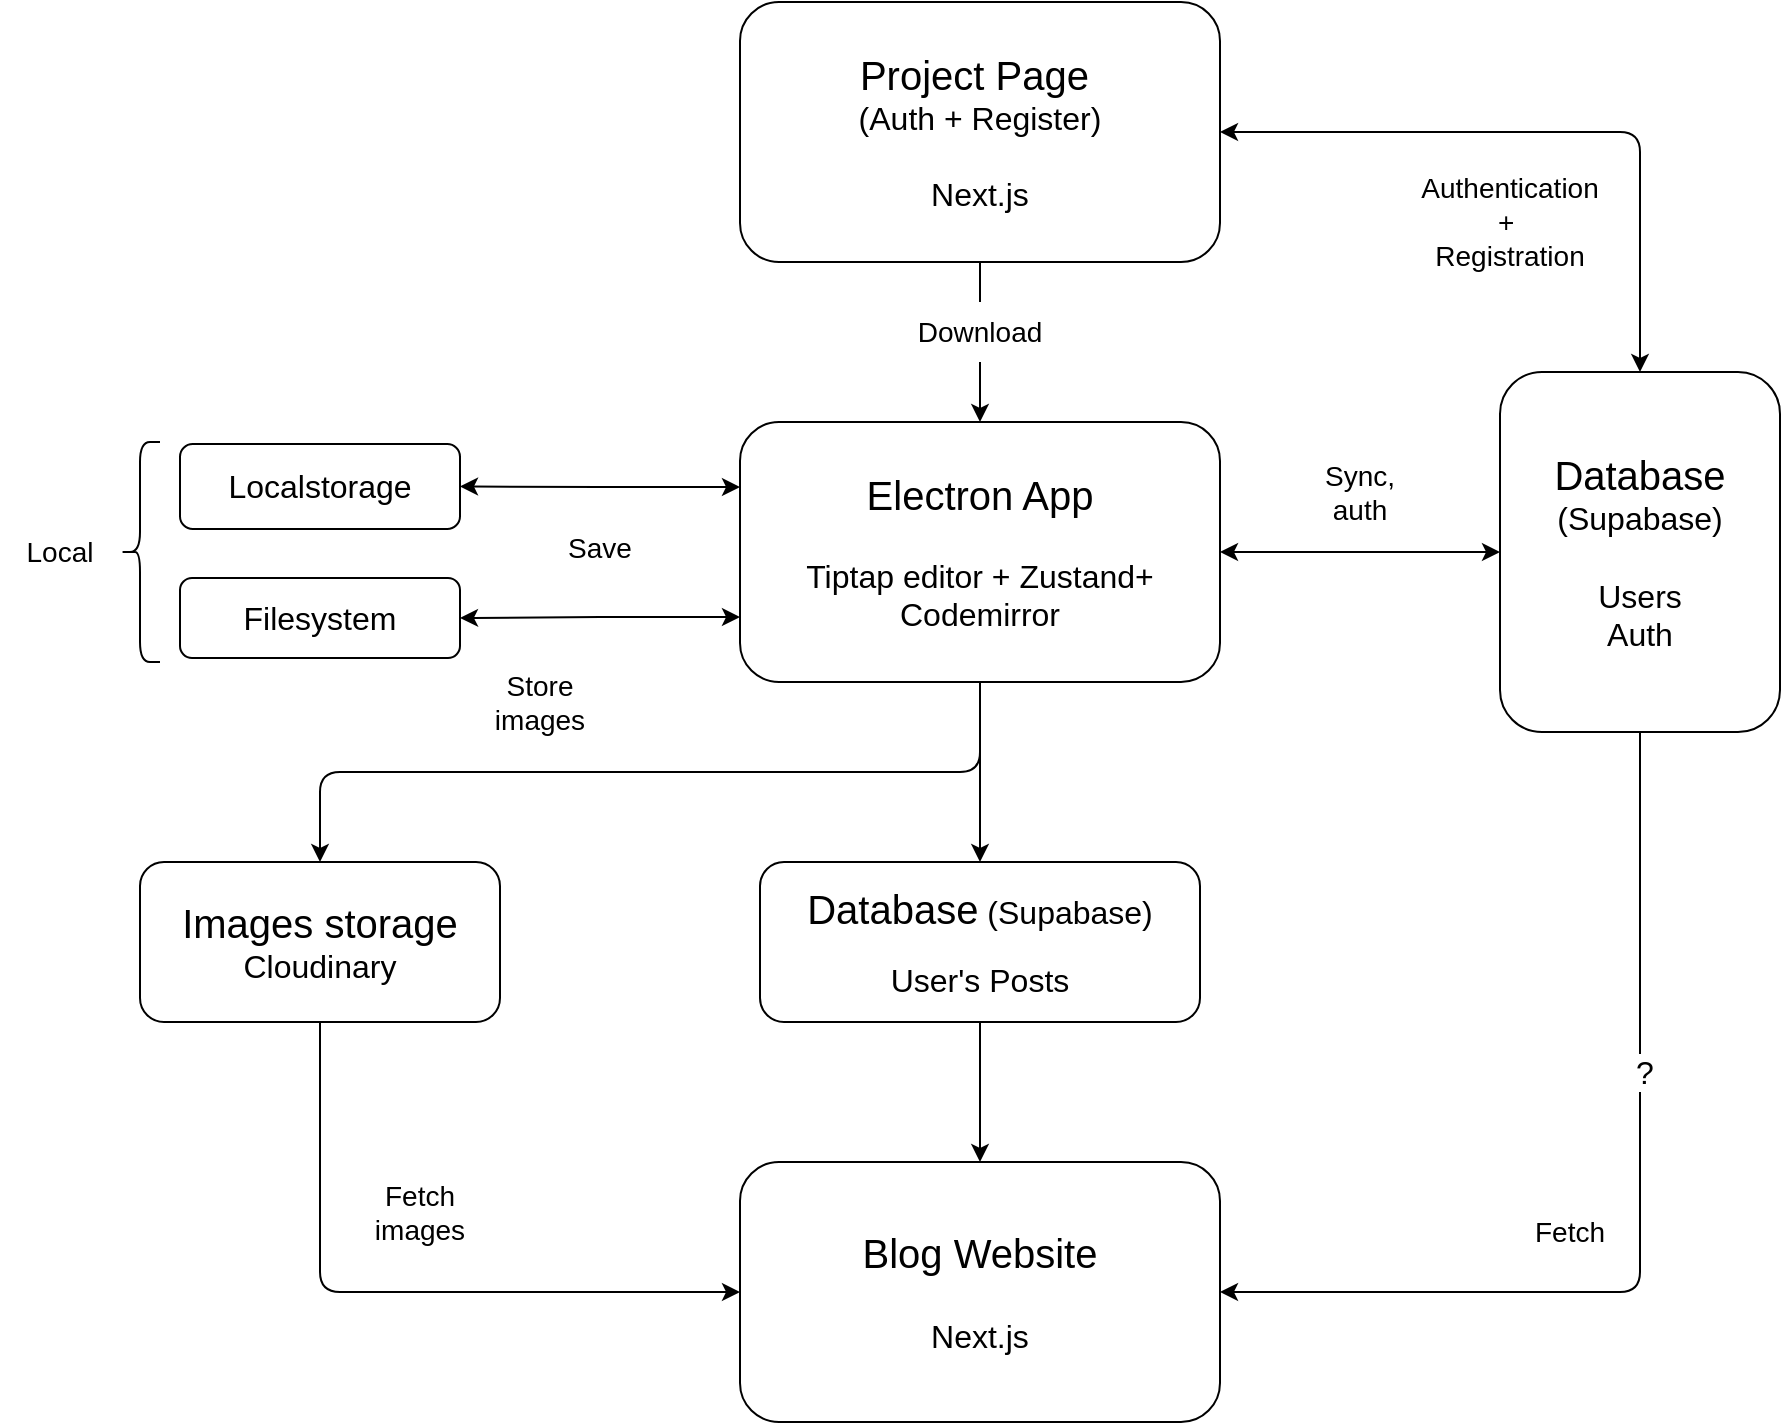
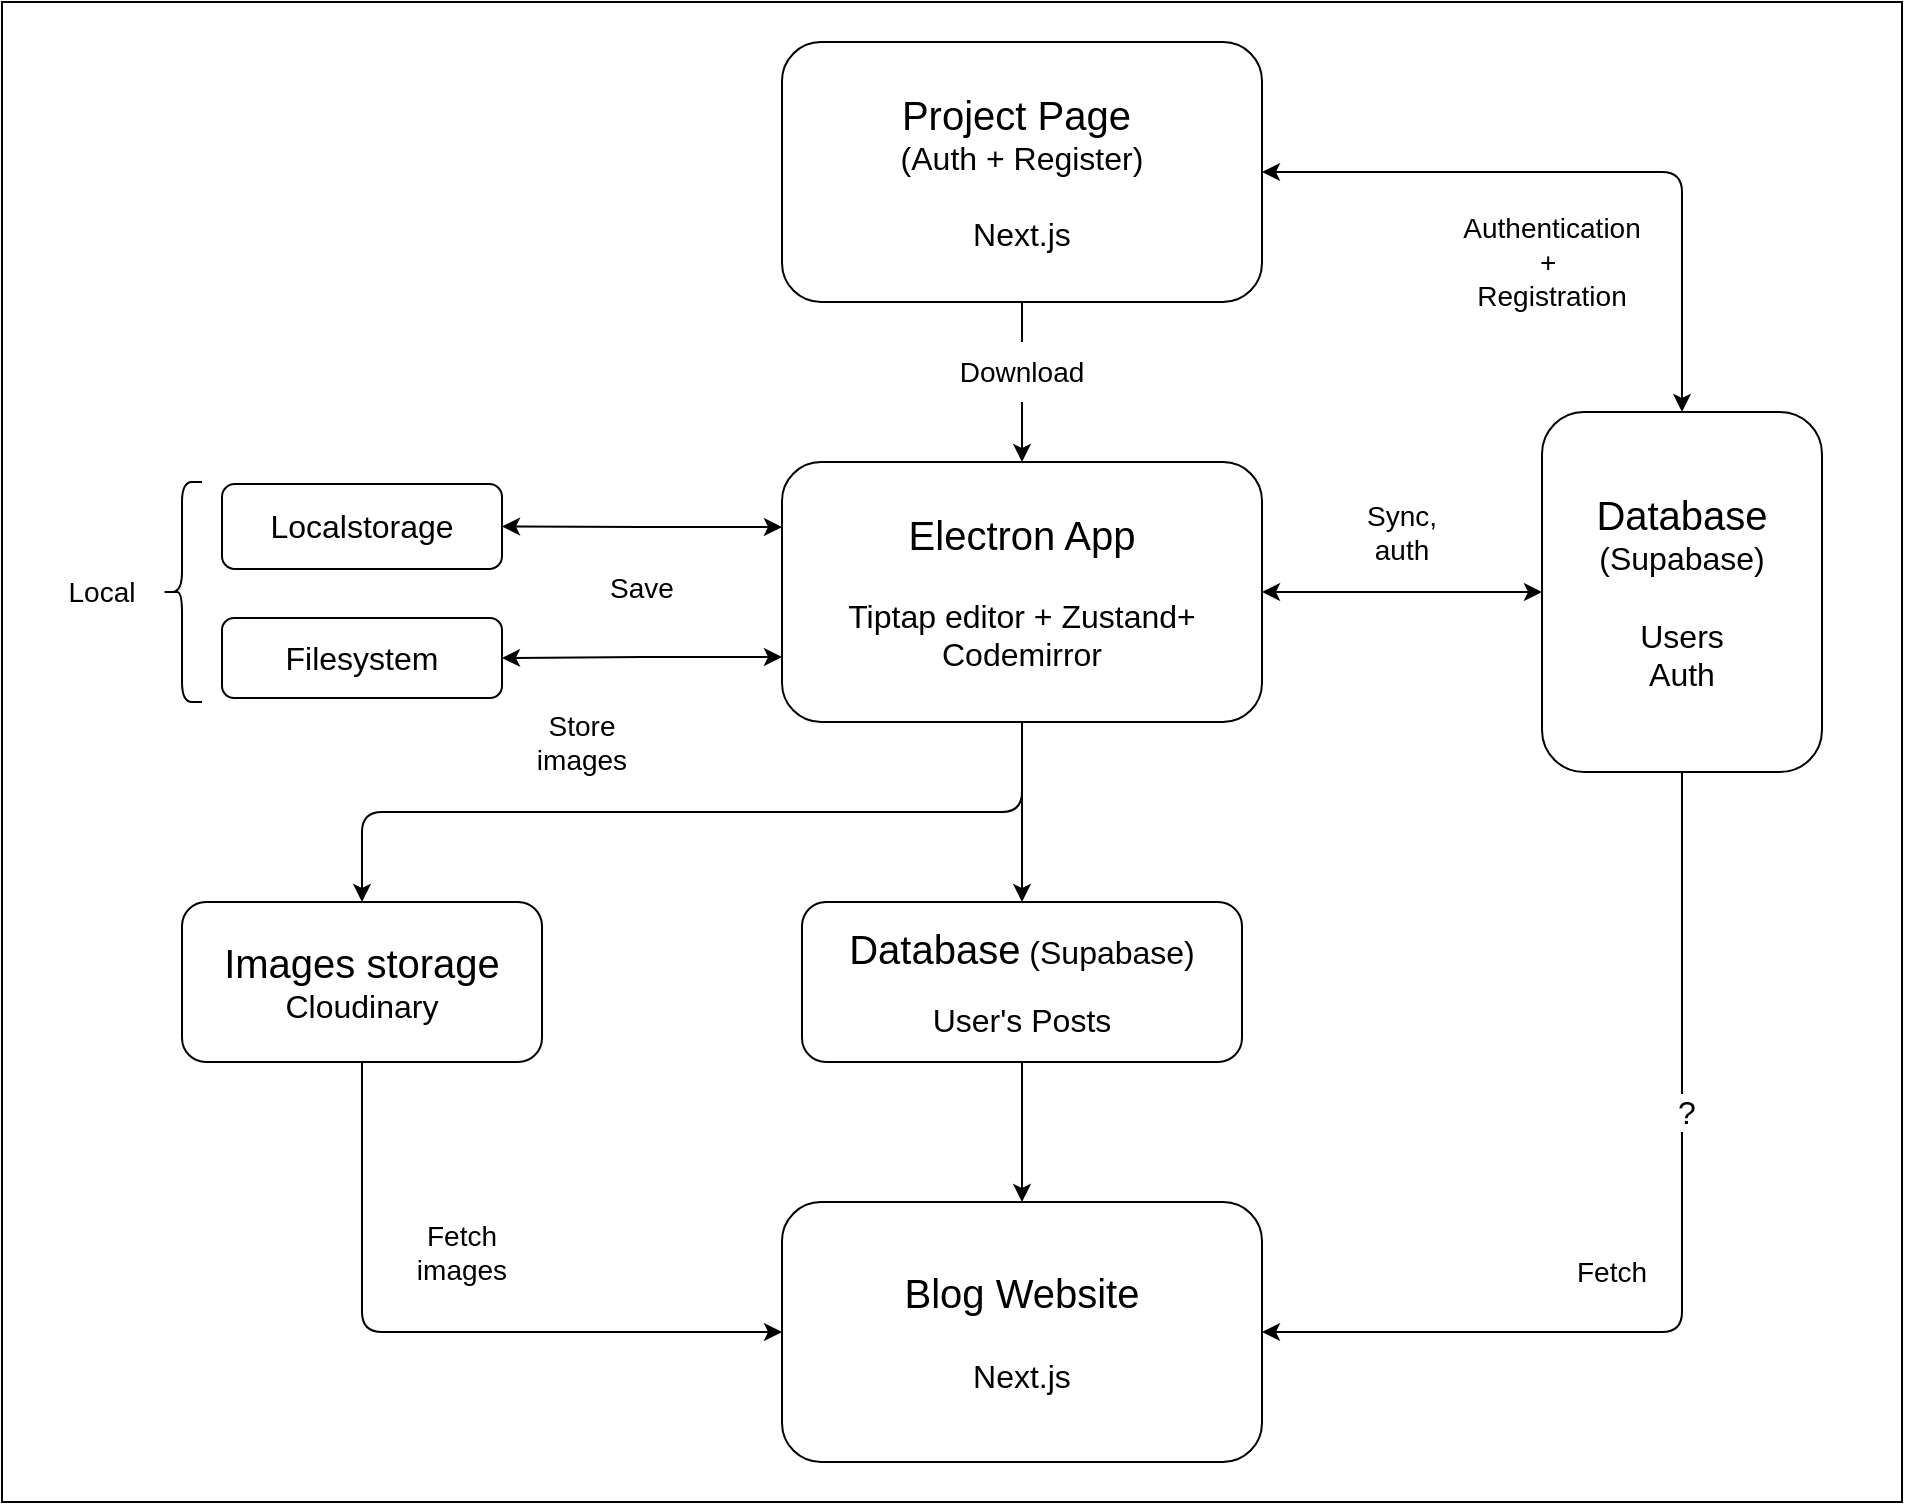
- <mxfile host="app.diagrams.net">
-   <diagram name="Página-1" id="Ov4H8QZxHRL6zFBvUA3Z">
-     <mxGraphModel dx="1074" dy="598" grid="1" gridSize="10" guides="1" tooltips="1" connect="1" arrows="1" fold="1" page="1" pageScale="1" pageWidth="2339" pageHeight="3300" math="0" shadow="0">
-       <root>
-         <mxCell id="0" />
-         <mxCell id="1" parent="0" />
-         <mxCell id="NtwE37go12smj8WTYjW8-29" edge="1" parent="1" source="KEHBypfiPnHfp0EBQFIf-1" style="edgeStyle=orthogonalEdgeStyle;rounded=1;orthogonalLoop=1;jettySize=auto;html=1;exitX=0.5;exitY=1;exitDx=0;exitDy=0;entryX=0.5;entryY=0;entryDx=0;entryDy=0;curved=0;" target="NtwE37go12smj8WTYjW8-28">
-           <mxGeometry relative="1" as="geometry" />
-         </mxCell>
-         <mxCell id="NtwE37go12smj8WTYjW8-33" edge="1" parent="1" source="KEHBypfiPnHfp0EBQFIf-1" style="edgeStyle=orthogonalEdgeStyle;rounded=0;orthogonalLoop=1;jettySize=auto;html=1;exitX=1;exitY=0.5;exitDx=0;exitDy=0;entryX=0;entryY=0.5;entryDx=0;entryDy=0;startArrow=classic;startFill=1;" target="KEHBypfiPnHfp0EBQFIf-5">
-           <mxGeometry relative="1" as="geometry" />
-         </mxCell>
-         <mxCell id="NtwE37go12smj8WTYjW8-40" edge="1" parent="1" source="KEHBypfiPnHfp0EBQFIf-1" style="edgeStyle=orthogonalEdgeStyle;rounded=0;orthogonalLoop=1;jettySize=auto;html=1;exitX=0;exitY=0.25;exitDx=0;exitDy=0;entryX=1;entryY=0.5;entryDx=0;entryDy=0;startArrow=classic;startFill=1;" target="KEHBypfiPnHfp0EBQFIf-3">
-           <mxGeometry relative="1" as="geometry" />
-         </mxCell>
-         <mxCell id="NtwE37go12smj8WTYjW8-41" edge="1" parent="1" source="KEHBypfiPnHfp0EBQFIf-1" style="edgeStyle=orthogonalEdgeStyle;rounded=0;orthogonalLoop=1;jettySize=auto;html=1;exitX=0;exitY=0.75;exitDx=0;exitDy=0;entryX=1;entryY=0.5;entryDx=0;entryDy=0;startArrow=classic;startFill=1;" target="KEHBypfiPnHfp0EBQFIf-7">
-           <mxGeometry relative="1" as="geometry" />
-         </mxCell>
-         <mxCell id="6twvnHkaNJoNjpq674TJ-2" edge="1" parent="1" source="KEHBypfiPnHfp0EBQFIf-1" style="edgeStyle=orthogonalEdgeStyle;rounded=0;orthogonalLoop=1;jettySize=auto;html=1;exitX=0.5;exitY=1;exitDx=0;exitDy=0;entryX=0.5;entryY=0;entryDx=0;entryDy=0;" target="6twvnHkaNJoNjpq674TJ-1">
-           <mxGeometry relative="1" as="geometry" />
-         </mxCell>
-         <mxCell id="KEHBypfiPnHfp0EBQFIf-1" parent="1" style="rounded=1;whiteSpace=wrap;html=1;" value="&lt;font style=&quot;font-size: 20px;&quot;&gt;Electron App&lt;/font&gt;&lt;div&gt;&lt;font style=&quot;font-size: 16px;&quot;&gt;&lt;br&gt;&lt;/font&gt;&lt;/div&gt;&lt;div&gt;&lt;font style=&quot;font-size: 16px;&quot;&gt;Tiptap editor + Zustand+ Codemirror&lt;/font&gt;&lt;/div&gt;" vertex="1">
-           <mxGeometry height="130" width="240" x="720" y="480" as="geometry" />
-         </mxCell>
-         <mxCell id="KEHBypfiPnHfp0EBQFIf-3" parent="1" style="rounded=1;whiteSpace=wrap;html=1;" value="&lt;font style=&quot;font-size: 16px;&quot;&gt;Localstorage&lt;/font&gt;" vertex="1">
-           <mxGeometry height="42.5" width="140" x="440" y="491" as="geometry" />
-         </mxCell>
-         <mxCell id="KEHBypfiPnHfp0EBQFIf-5" parent="1" style="rounded=1;whiteSpace=wrap;html=1;" value="&lt;font style=&quot;font-size: 20px;&quot;&gt;Database&lt;/font&gt;&lt;font style=&quot;font-size: 16px;&quot;&gt; (Supabase)&lt;/font&gt;&lt;div&gt;&lt;font style=&quot;font-size: 16px;&quot;&gt;&lt;br&gt;&lt;/font&gt;&lt;/div&gt;&lt;div&gt;&lt;font style=&quot;font-size: 16px;&quot;&gt;Users&lt;/font&gt;&lt;/div&gt;&lt;div&gt;&lt;font style=&quot;font-size: 16px;&quot;&gt;Auth&lt;/font&gt;&lt;/div&gt;" vertex="1">
-           <mxGeometry height="180" width="140" x="1100" y="455" as="geometry" />
-         </mxCell>
-         <mxCell id="KEHBypfiPnHfp0EBQFIf-7" parent="1" style="rounded=1;whiteSpace=wrap;html=1;" value="&lt;font style=&quot;font-size: 16px;&quot;&gt;Filesystem&lt;/font&gt;" vertex="1">
-           <mxGeometry height="40" width="140" x="440" y="558" as="geometry" />
-         </mxCell>
-         <mxCell id="KEHBypfiPnHfp0EBQFIf-8" parent="1" style="text;html=1;whiteSpace=wrap;strokeColor=none;fillColor=none;align=center;verticalAlign=middle;rounded=0;" value="&lt;font style=&quot;font-size: 14px;&quot;&gt;Save&lt;/font&gt;" vertex="1">
-           <mxGeometry height="30" width="60" x="620" y="528" as="geometry" />
-         </mxCell>
-         <mxCell id="KEHBypfiPnHfp0EBQFIf-9" parent="1" style="text;html=1;whiteSpace=wrap;strokeColor=none;fillColor=none;align=center;verticalAlign=middle;rounded=0;" value="&lt;font style=&quot;font-size: 14px;&quot;&gt;Local&lt;/font&gt;" vertex="1">
-           <mxGeometry height="30" width="60" x="350" y="530" as="geometry" />
-         </mxCell>
-         <mxCell id="KEHBypfiPnHfp0EBQFIf-10" parent="1" style="text;html=1;whiteSpace=wrap;strokeColor=none;fillColor=none;align=center;verticalAlign=middle;rounded=0;" value="&lt;font style=&quot;font-size: 14px;&quot;&gt;Sync, auth&lt;/font&gt;" vertex="1">
-           <mxGeometry height="30" width="60" x="1000" y="500" as="geometry" />
-         </mxCell>
-         <mxCell id="KEHBypfiPnHfp0EBQFIf-11" parent="1" style="shape=curlyBracket;whiteSpace=wrap;html=1;rounded=1;labelPosition=left;verticalLabelPosition=middle;align=right;verticalAlign=middle;" value="" vertex="1">
-           <mxGeometry height="110" width="20" x="410" y="490" as="geometry" />
-         </mxCell>
-         <mxCell id="NtwE37go12smj8WTYjW8-31" edge="1" parent="1" source="NtwE37go12smj8WTYjW8-3" style="edgeStyle=orthogonalEdgeStyle;rounded=1;orthogonalLoop=1;jettySize=auto;html=1;exitX=1;exitY=0.5;exitDx=0;exitDy=0;entryX=0.5;entryY=1;entryDx=0;entryDy=0;startArrow=classic;startFill=1;endArrow=none;endFill=0;curved=0;" target="KEHBypfiPnHfp0EBQFIf-5">
-           <mxGeometry relative="1" as="geometry" />
-         </mxCell>
-         <mxCell id="6twvnHkaNJoNjpq674TJ-5" connectable="0" parent="NtwE37go12smj8WTYjW8-31" style="edgeLabel;html=1;align=center;verticalAlign=middle;resizable=0;points=[];" value="&lt;font style=&quot;font-size: 16px;&quot;&gt;?&lt;/font&gt;" vertex="1">
-           <mxGeometry relative="1" x="0.3031" y="-2" as="geometry">
-             <mxPoint y="-1" as="offset" />
-           </mxGeometry>
-         </mxCell>
-         <mxCell id="NtwE37go12smj8WTYjW8-3" parent="1" style="rounded=1;whiteSpace=wrap;html=1;" value="&lt;font style=&quot;font-size: 20px;&quot;&gt;Blog Website&lt;/font&gt;&lt;div&gt;&lt;font style=&quot;font-size: 16px;&quot;&gt;&lt;br&gt;&lt;/font&gt;&lt;/div&gt;&lt;div&gt;&lt;font style=&quot;font-size: 16px;&quot;&gt;Next.js&lt;/font&gt;&lt;/div&gt;" vertex="1">
-           <mxGeometry height="130" width="240" x="720" y="850" as="geometry" />
-         </mxCell>
-         <mxCell id="NtwE37go12smj8WTYjW8-7" parent="1" style="text;html=1;whiteSpace=wrap;strokeColor=none;fillColor=none;align=center;verticalAlign=middle;rounded=0;" value="&lt;font style=&quot;font-size: 14px;&quot;&gt;Fetch&lt;/font&gt;" vertex="1">
-           <mxGeometry height="30" width="60" x="1105" y="870" as="geometry" />
-         </mxCell>
-         <mxCell id="NtwE37go12smj8WTYjW8-36" edge="1" parent="1" source="NtwE37go12smj8WTYjW8-8" style="edgeStyle=orthogonalEdgeStyle;rounded=0;orthogonalLoop=1;jettySize=auto;html=1;exitX=0.5;exitY=1;exitDx=0;exitDy=0;entryX=0.5;entryY=0;entryDx=0;entryDy=0;" target="KEHBypfiPnHfp0EBQFIf-1">
-           <mxGeometry relative="1" as="geometry" />
-         </mxCell>
-         <mxCell id="NtwE37go12smj8WTYjW8-38" edge="1" parent="1" source="NtwE37go12smj8WTYjW8-8" style="edgeStyle=orthogonalEdgeStyle;rounded=1;orthogonalLoop=1;jettySize=auto;html=1;exitX=1;exitY=0.5;exitDx=0;exitDy=0;entryX=0.5;entryY=0;entryDx=0;entryDy=0;startArrow=classic;startFill=1;curved=0;" target="KEHBypfiPnHfp0EBQFIf-5">
-           <mxGeometry relative="1" as="geometry" />
-         </mxCell>
-         <mxCell id="NtwE37go12smj8WTYjW8-8" parent="1" style="rounded=1;whiteSpace=wrap;html=1;" value="&lt;font style=&quot;font-size: 20px;&quot;&gt;Project Page&amp;nbsp;&lt;/font&gt;&lt;div&gt;&lt;font style=&quot;font-size: 16px;&quot;&gt;(Auth + Register)&lt;/font&gt;&lt;/div&gt;&lt;div&gt;&lt;font style=&quot;font-size: 16px;&quot;&gt;&lt;br&gt;&lt;/font&gt;&lt;/div&gt;&lt;div&gt;&lt;font style=&quot;font-size: 16px;&quot;&gt;Next.js&lt;/font&gt;&lt;/div&gt;" vertex="1">
-           <mxGeometry height="130" width="240" x="720" y="270" as="geometry" />
-         </mxCell>
-         <mxCell id="NtwE37go12smj8WTYjW8-22" parent="1" style="text;html=1;whiteSpace=wrap;strokeColor=none;fillColor=default;align=center;verticalAlign=middle;rounded=0;" value="&lt;font style=&quot;font-size: 14px;&quot;&gt;Authentication +&amp;nbsp;&lt;/font&gt;&lt;div&gt;&lt;font style=&quot;font-size: 14px;&quot;&gt;Registration&lt;/font&gt;&lt;/div&gt;" vertex="1">
-           <mxGeometry height="40" width="90" x="1060" y="360" as="geometry" />
-         </mxCell>
-         <mxCell id="NtwE37go12smj8WTYjW8-30" edge="1" parent="1" source="NtwE37go12smj8WTYjW8-28" style="edgeStyle=orthogonalEdgeStyle;rounded=1;orthogonalLoop=1;jettySize=auto;html=1;exitX=0.5;exitY=1;exitDx=0;exitDy=0;entryX=0;entryY=0.5;entryDx=0;entryDy=0;curved=0;" target="NtwE37go12smj8WTYjW8-3">
-           <mxGeometry relative="1" as="geometry" />
-         </mxCell>
-         <mxCell id="NtwE37go12smj8WTYjW8-28" parent="1" style="rounded=1;whiteSpace=wrap;html=1;" value="&lt;font style=&quot;font-size: 20px;&quot;&gt;Images storage&lt;/font&gt;&lt;div&gt;&lt;font style=&quot;font-size: 16px;&quot;&gt;Cloudinary&lt;/font&gt;&lt;/div&gt;" vertex="1">
-           <mxGeometry height="80" width="180" x="420" y="700" as="geometry" />
-         </mxCell>
-         <mxCell id="NtwE37go12smj8WTYjW8-37" parent="1" style="text;html=1;whiteSpace=wrap;align=center;verticalAlign=middle;rounded=0;fillColor=default;" value="&lt;font style=&quot;font-size: 14px;&quot;&gt;Download&lt;/font&gt;" vertex="1">
-           <mxGeometry height="30" width="60" x="810" y="420" as="geometry" />
-         </mxCell>
-         <mxCell id="NtwE37go12smj8WTYjW8-43" parent="1" style="text;html=1;whiteSpace=wrap;strokeColor=none;fillColor=none;align=center;verticalAlign=middle;rounded=0;" value="&lt;font style=&quot;font-size: 14px;&quot;&gt;Store images&lt;/font&gt;" vertex="1">
-           <mxGeometry height="30" width="60" x="590" y="605" as="geometry" />
-         </mxCell>
-         <mxCell id="NtwE37go12smj8WTYjW8-44" parent="1" style="text;html=1;whiteSpace=wrap;strokeColor=none;fillColor=none;align=center;verticalAlign=middle;rounded=0;" value="&lt;font style=&quot;font-size: 14px;&quot;&gt;Fetch images&lt;/font&gt;" vertex="1">
-           <mxGeometry height="30" width="60" x="530" y="860" as="geometry" />
-         </mxCell>
-         <mxCell id="6twvnHkaNJoNjpq674TJ-3" edge="1" parent="1" source="6twvnHkaNJoNjpq674TJ-1" style="edgeStyle=orthogonalEdgeStyle;rounded=0;orthogonalLoop=1;jettySize=auto;html=1;exitX=0.5;exitY=1;exitDx=0;exitDy=0;entryX=0.5;entryY=0;entryDx=0;entryDy=0;" target="NtwE37go12smj8WTYjW8-3">
-           <mxGeometry relative="1" as="geometry" />
-         </mxCell>
-         <mxCell id="6twvnHkaNJoNjpq674TJ-1" parent="1" style="rounded=1;whiteSpace=wrap;html=1;" value="&lt;font style=&quot;font-size: 20px;&quot;&gt;Database&lt;/font&gt;&lt;font style=&quot;font-size: 16px;&quot;&gt; (Supabase)&lt;/font&gt;&lt;div&gt;&lt;br&gt;&lt;/div&gt;&lt;div&gt;&lt;font style=&quot;font-size: 16px;&quot;&gt;User&#39;s Posts&lt;/font&gt;&lt;/div&gt;" vertex="1">
-           <mxGeometry height="80" width="220" x="730" y="700" as="geometry" />
-         </mxCell>
-       </root>
-     </mxGraphModel>
-   </diagram>
- </mxfile>
+ <mxfile host="65bd71144e">
+     <diagram name="Página-1" id="Ov4H8QZxHRL6zFBvUA3Z">
+         <mxGraphModel dx="1040" dy="644" grid="1" gridSize="10" guides="1" tooltips="1" connect="1" arrows="1" fold="1" page="1" pageScale="1" pageWidth="2339" pageHeight="3300" background="#ffffff" math="0" shadow="0">
+             <root>
+                 <mxCell id="0"/>
+                 <mxCell id="1" parent="0"/>
+                 <mxCell id="NtwE37go12smj8WTYjW8-29" style="edgeStyle=orthogonalEdgeStyle;rounded=1;orthogonalLoop=1;jettySize=auto;html=1;exitX=0.5;exitY=1;exitDx=0;exitDy=0;entryX=0.5;entryY=0;entryDx=0;entryDy=0;curved=0;" parent="1" source="KEHBypfiPnHfp0EBQFIf-1" target="NtwE37go12smj8WTYjW8-28" edge="1">
+                     <mxGeometry relative="1" as="geometry"/>
+                 </mxCell>
+                 <mxCell id="NtwE37go12smj8WTYjW8-33" style="edgeStyle=orthogonalEdgeStyle;rounded=0;orthogonalLoop=1;jettySize=auto;html=1;exitX=1;exitY=0.5;exitDx=0;exitDy=0;entryX=0;entryY=0.5;entryDx=0;entryDy=0;startArrow=classic;startFill=1;" parent="1" source="KEHBypfiPnHfp0EBQFIf-1" target="KEHBypfiPnHfp0EBQFIf-5" edge="1">
+                     <mxGeometry relative="1" as="geometry"/>
+                 </mxCell>
+                 <mxCell id="NtwE37go12smj8WTYjW8-40" style="edgeStyle=orthogonalEdgeStyle;rounded=0;orthogonalLoop=1;jettySize=auto;html=1;exitX=0;exitY=0.25;exitDx=0;exitDy=0;entryX=1;entryY=0.5;entryDx=0;entryDy=0;startArrow=classic;startFill=1;" parent="1" source="KEHBypfiPnHfp0EBQFIf-1" target="KEHBypfiPnHfp0EBQFIf-3" edge="1">
+                     <mxGeometry relative="1" as="geometry"/>
+                 </mxCell>
+                 <mxCell id="NtwE37go12smj8WTYjW8-41" style="edgeStyle=orthogonalEdgeStyle;rounded=0;orthogonalLoop=1;jettySize=auto;html=1;exitX=0;exitY=0.75;exitDx=0;exitDy=0;entryX=1;entryY=0.5;entryDx=0;entryDy=0;startArrow=classic;startFill=1;" parent="1" source="KEHBypfiPnHfp0EBQFIf-1" target="KEHBypfiPnHfp0EBQFIf-7" edge="1">
+                     <mxGeometry relative="1" as="geometry"/>
+                 </mxCell>
+                 <mxCell id="6twvnHkaNJoNjpq674TJ-2" style="edgeStyle=orthogonalEdgeStyle;rounded=0;orthogonalLoop=1;jettySize=auto;html=1;exitX=0.5;exitY=1;exitDx=0;exitDy=0;entryX=0.5;entryY=0;entryDx=0;entryDy=0;" parent="1" source="KEHBypfiPnHfp0EBQFIf-1" target="6twvnHkaNJoNjpq674TJ-1" edge="1">
+                     <mxGeometry relative="1" as="geometry"/>
+                 </mxCell>
+                 <mxCell id="KEHBypfiPnHfp0EBQFIf-1" value="&lt;font style=&quot;font-size: 20px;&quot;&gt;Electron App&lt;/font&gt;&lt;div&gt;&lt;font style=&quot;font-size: 16px;&quot;&gt;&lt;br&gt;&lt;/font&gt;&lt;/div&gt;&lt;div&gt;&lt;font style=&quot;font-size: 16px;&quot;&gt;Tiptap editor + Zustand+ Codemirror&lt;/font&gt;&lt;/div&gt;" style="rounded=1;whiteSpace=wrap;html=1;" parent="1" vertex="1">
+                     <mxGeometry x="720" y="480" width="240" height="130" as="geometry"/>
+                 </mxCell>
+                 <mxCell id="KEHBypfiPnHfp0EBQFIf-3" value="&lt;font style=&quot;font-size: 16px;&quot;&gt;Localstorage&lt;/font&gt;" style="rounded=1;whiteSpace=wrap;html=1;" parent="1" vertex="1">
+                     <mxGeometry x="440" y="491" width="140" height="42.5" as="geometry"/>
+                 </mxCell>
+                 <mxCell id="KEHBypfiPnHfp0EBQFIf-5" value="&lt;font style=&quot;font-size: 20px;&quot;&gt;Database&lt;/font&gt;&lt;font style=&quot;font-size: 16px;&quot;&gt; (Supabase)&lt;/font&gt;&lt;div&gt;&lt;font style=&quot;font-size: 16px;&quot;&gt;&lt;br&gt;&lt;/font&gt;&lt;/div&gt;&lt;div&gt;&lt;font style=&quot;font-size: 16px;&quot;&gt;Users&lt;/font&gt;&lt;/div&gt;&lt;div&gt;&lt;font style=&quot;font-size: 16px;&quot;&gt;Auth&lt;/font&gt;&lt;/div&gt;" style="rounded=1;whiteSpace=wrap;html=1;" parent="1" vertex="1">
+                     <mxGeometry x="1100" y="455" width="140" height="180" as="geometry"/>
+                 </mxCell>
+                 <mxCell id="KEHBypfiPnHfp0EBQFIf-7" value="&lt;font style=&quot;font-size: 16px;&quot;&gt;Filesystem&lt;/font&gt;" style="rounded=1;whiteSpace=wrap;html=1;" parent="1" vertex="1">
+                     <mxGeometry x="440" y="558" width="140" height="40" as="geometry"/>
+                 </mxCell>
+                 <mxCell id="KEHBypfiPnHfp0EBQFIf-8" value="&lt;font style=&quot;font-size: 14px;&quot;&gt;Save&lt;/font&gt;" style="text;html=1;whiteSpace=wrap;strokeColor=none;fillColor=none;align=center;verticalAlign=middle;rounded=0;" parent="1" vertex="1">
+                     <mxGeometry x="620" y="528" width="60" height="30" as="geometry"/>
+                 </mxCell>
+                 <mxCell id="KEHBypfiPnHfp0EBQFIf-9" value="&lt;font style=&quot;font-size: 14px;&quot;&gt;Local&lt;/font&gt;" style="text;html=1;whiteSpace=wrap;strokeColor=none;fillColor=none;align=center;verticalAlign=middle;rounded=0;" parent="1" vertex="1">
+                     <mxGeometry x="350" y="530" width="60" height="30" as="geometry"/>
+                 </mxCell>
+                 <mxCell id="KEHBypfiPnHfp0EBQFIf-10" value="&lt;font style=&quot;font-size: 14px;&quot;&gt;Sync, auth&lt;/font&gt;" style="text;html=1;whiteSpace=wrap;strokeColor=none;fillColor=none;align=center;verticalAlign=middle;rounded=0;" parent="1" vertex="1">
+                     <mxGeometry x="1000" y="500" width="60" height="30" as="geometry"/>
+                 </mxCell>
+                 <mxCell id="KEHBypfiPnHfp0EBQFIf-11" value="" style="shape=curlyBracket;whiteSpace=wrap;html=1;rounded=1;labelPosition=left;verticalLabelPosition=middle;align=right;verticalAlign=middle;" parent="1" vertex="1">
+                     <mxGeometry x="410" y="490" width="20" height="110" as="geometry"/>
+                 </mxCell>
+                 <mxCell id="NtwE37go12smj8WTYjW8-31" style="edgeStyle=orthogonalEdgeStyle;rounded=1;orthogonalLoop=1;jettySize=auto;html=1;exitX=1;exitY=0.5;exitDx=0;exitDy=0;entryX=0.5;entryY=1;entryDx=0;entryDy=0;startArrow=classic;startFill=1;endArrow=none;endFill=0;curved=0;" parent="1" source="NtwE37go12smj8WTYjW8-3" target="KEHBypfiPnHfp0EBQFIf-5" edge="1">
+                     <mxGeometry relative="1" as="geometry"/>
+                 </mxCell>
+                 <mxCell id="6twvnHkaNJoNjpq674TJ-5" value="&lt;font style=&quot;font-size: 16px;&quot;&gt;?&lt;/font&gt;" style="edgeLabel;html=1;align=center;verticalAlign=middle;resizable=0;points=[];" parent="NtwE37go12smj8WTYjW8-31" connectable="0" vertex="1">
+                     <mxGeometry x="0.3031" y="-2" relative="1" as="geometry">
+                         <mxPoint y="-1" as="offset"/>
+                     </mxGeometry>
+                 </mxCell>
+                 <mxCell id="NtwE37go12smj8WTYjW8-3" value="&lt;font style=&quot;font-size: 20px;&quot;&gt;Blog Website&lt;/font&gt;&lt;div&gt;&lt;font style=&quot;font-size: 16px;&quot;&gt;&lt;br&gt;&lt;/font&gt;&lt;/div&gt;&lt;div&gt;&lt;font style=&quot;font-size: 16px;&quot;&gt;Next.js&lt;/font&gt;&lt;/div&gt;" style="rounded=1;whiteSpace=wrap;html=1;" parent="1" vertex="1">
+                     <mxGeometry x="720" y="850" width="240" height="130" as="geometry"/>
+                 </mxCell>
+                 <mxCell id="NtwE37go12smj8WTYjW8-7" value="&lt;font style=&quot;font-size: 14px;&quot;&gt;Fetch&lt;/font&gt;" style="text;html=1;whiteSpace=wrap;strokeColor=none;fillColor=none;align=center;verticalAlign=middle;rounded=0;" parent="1" vertex="1">
+                     <mxGeometry x="1105" y="870" width="60" height="30" as="geometry"/>
+                 </mxCell>
+                 <mxCell id="NtwE37go12smj8WTYjW8-36" style="edgeStyle=orthogonalEdgeStyle;rounded=0;orthogonalLoop=1;jettySize=auto;html=1;exitX=0.5;exitY=1;exitDx=0;exitDy=0;entryX=0.5;entryY=0;entryDx=0;entryDy=0;" parent="1" source="NtwE37go12smj8WTYjW8-8" target="KEHBypfiPnHfp0EBQFIf-1" edge="1">
+                     <mxGeometry relative="1" as="geometry"/>
+                 </mxCell>
+                 <mxCell id="NtwE37go12smj8WTYjW8-38" style="edgeStyle=orthogonalEdgeStyle;rounded=1;orthogonalLoop=1;jettySize=auto;html=1;exitX=1;exitY=0.5;exitDx=0;exitDy=0;entryX=0.5;entryY=0;entryDx=0;entryDy=0;startArrow=classic;startFill=1;curved=0;" parent="1" source="NtwE37go12smj8WTYjW8-8" target="KEHBypfiPnHfp0EBQFIf-5" edge="1">
+                     <mxGeometry relative="1" as="geometry"/>
+                 </mxCell>
+                 <mxCell id="NtwE37go12smj8WTYjW8-8" value="&lt;font style=&quot;font-size: 20px;&quot;&gt;Project Page&amp;nbsp;&lt;/font&gt;&lt;div&gt;&lt;font style=&quot;font-size: 16px;&quot;&gt;(Auth + Register)&lt;/font&gt;&lt;/div&gt;&lt;div&gt;&lt;font style=&quot;font-size: 16px;&quot;&gt;&lt;br&gt;&lt;/font&gt;&lt;/div&gt;&lt;div&gt;&lt;font style=&quot;font-size: 16px;&quot;&gt;Next.js&lt;/font&gt;&lt;/div&gt;" style="rounded=1;whiteSpace=wrap;html=1;" parent="1" vertex="1">
+                     <mxGeometry x="720" y="270" width="240" height="130" as="geometry"/>
+                 </mxCell>
+                 <mxCell id="NtwE37go12smj8WTYjW8-22" value="&lt;font style=&quot;font-size: 14px;&quot;&gt;Authentication +&amp;nbsp;&lt;/font&gt;&lt;div&gt;&lt;font style=&quot;font-size: 14px;&quot;&gt;Registration&lt;/font&gt;&lt;/div&gt;" style="text;html=1;whiteSpace=wrap;strokeColor=none;fillColor=default;align=center;verticalAlign=middle;rounded=0;" parent="1" vertex="1">
+                     <mxGeometry x="1060" y="360" width="90" height="40" as="geometry"/>
+                 </mxCell>
+                 <mxCell id="NtwE37go12smj8WTYjW8-30" style="edgeStyle=orthogonalEdgeStyle;rounded=1;orthogonalLoop=1;jettySize=auto;html=1;exitX=0.5;exitY=1;exitDx=0;exitDy=0;entryX=0;entryY=0.5;entryDx=0;entryDy=0;curved=0;" parent="1" source="NtwE37go12smj8WTYjW8-28" target="NtwE37go12smj8WTYjW8-3" edge="1">
+                     <mxGeometry relative="1" as="geometry"/>
+                 </mxCell>
+                 <mxCell id="NtwE37go12smj8WTYjW8-28" value="&lt;font style=&quot;font-size: 20px;&quot;&gt;Images storage&lt;/font&gt;&lt;div&gt;&lt;font style=&quot;font-size: 16px;&quot;&gt;Cloudinary&lt;/font&gt;&lt;/div&gt;" style="rounded=1;whiteSpace=wrap;html=1;" parent="1" vertex="1">
+                     <mxGeometry x="420" y="700" width="180" height="80" as="geometry"/>
+                 </mxCell>
+                 <mxCell id="NtwE37go12smj8WTYjW8-37" value="&lt;font style=&quot;font-size: 14px;&quot;&gt;Download&lt;/font&gt;" style="text;html=1;whiteSpace=wrap;align=center;verticalAlign=middle;rounded=0;fillColor=default;" parent="1" vertex="1">
+                     <mxGeometry x="810" y="420" width="60" height="30" as="geometry"/>
+                 </mxCell>
+                 <mxCell id="NtwE37go12smj8WTYjW8-43" value="&lt;font style=&quot;font-size: 14px;&quot;&gt;Store images&lt;/font&gt;" style="text;html=1;whiteSpace=wrap;strokeColor=none;fillColor=none;align=center;verticalAlign=middle;rounded=0;" parent="1" vertex="1">
+                     <mxGeometry x="590" y="605" width="60" height="30" as="geometry"/>
+                 </mxCell>
+                 <mxCell id="NtwE37go12smj8WTYjW8-44" value="&lt;font style=&quot;font-size: 14px;&quot;&gt;Fetch images&lt;/font&gt;" style="text;html=1;whiteSpace=wrap;strokeColor=none;fillColor=none;align=center;verticalAlign=middle;rounded=0;" parent="1" vertex="1">
+                     <mxGeometry x="530" y="860" width="60" height="30" as="geometry"/>
+                 </mxCell>
+                 <mxCell id="6twvnHkaNJoNjpq674TJ-3" style="edgeStyle=orthogonalEdgeStyle;rounded=0;orthogonalLoop=1;jettySize=auto;html=1;exitX=0.5;exitY=1;exitDx=0;exitDy=0;entryX=0.5;entryY=0;entryDx=0;entryDy=0;" parent="1" source="6twvnHkaNJoNjpq674TJ-1" target="NtwE37go12smj8WTYjW8-3" edge="1">
+                     <mxGeometry relative="1" as="geometry"/>
+                 </mxCell>
+                 <mxCell id="6twvnHkaNJoNjpq674TJ-1" value="&lt;font style=&quot;font-size: 20px;&quot;&gt;Database&lt;/font&gt;&lt;font style=&quot;font-size: 16px;&quot;&gt; (Supabase)&lt;/font&gt;&lt;div&gt;&lt;br&gt;&lt;/div&gt;&lt;div&gt;&lt;font style=&quot;font-size: 16px;&quot;&gt;User&#39;s Posts&lt;/font&gt;&lt;/div&gt;" style="rounded=1;whiteSpace=wrap;html=1;" parent="1" vertex="1">
+                     <mxGeometry x="730" y="700" width="220" height="80" as="geometry"/>
+                 </mxCell>
+                 <mxCell id="2" value="" style="rounded=0;whiteSpace=wrap;html=1;fillColor=none;" vertex="1" parent="1">
+                     <mxGeometry x="330" y="250" width="950" height="750" as="geometry"/>
+                 </mxCell>
+             </root>
+         </mxGraphModel>
+     </diagram>
+ </mxfile>